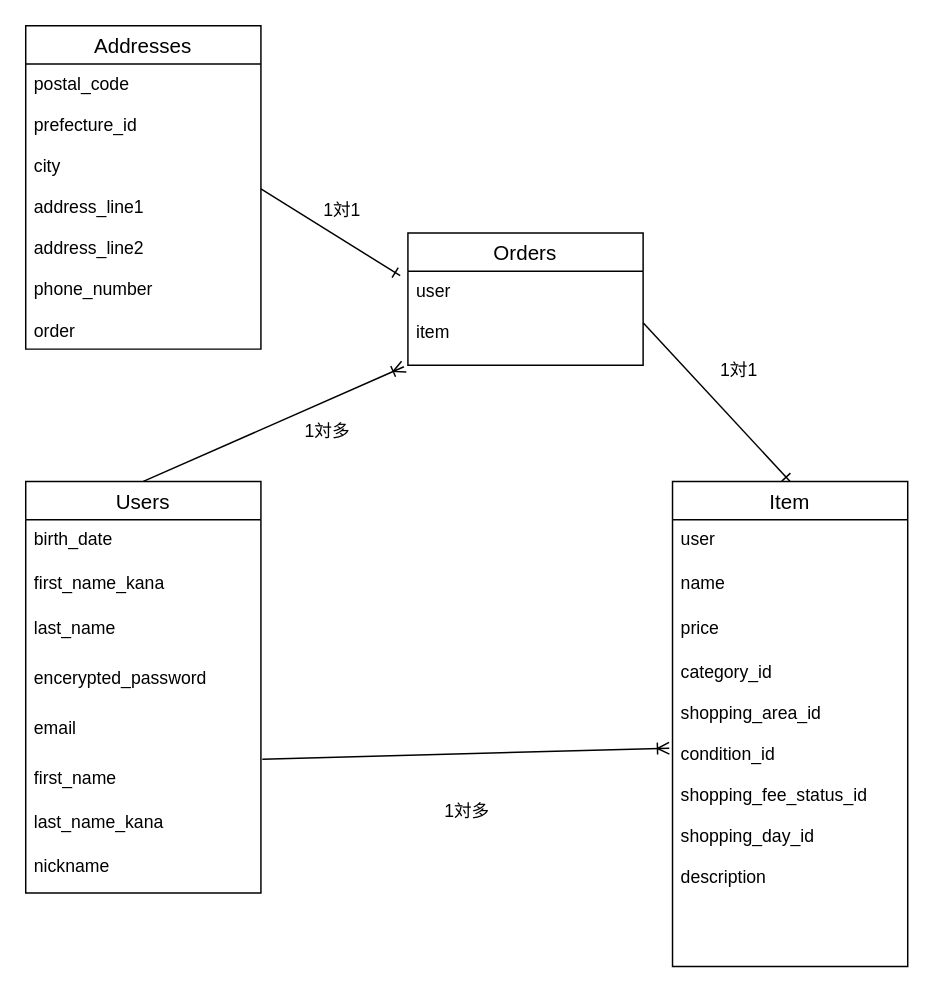
kphayato/furima-41459 keeps this draw.io diagram as test.dio. Above is the earlier version. Source tidied: cells renumbered, new cells numbered last; positions are measured from the earlier drawing's top-left corner, leaving out a move shared by most shapes. Both pictures are drawn from the tidied source at 147%, with x=0, y=0 at pixel (25, 25).
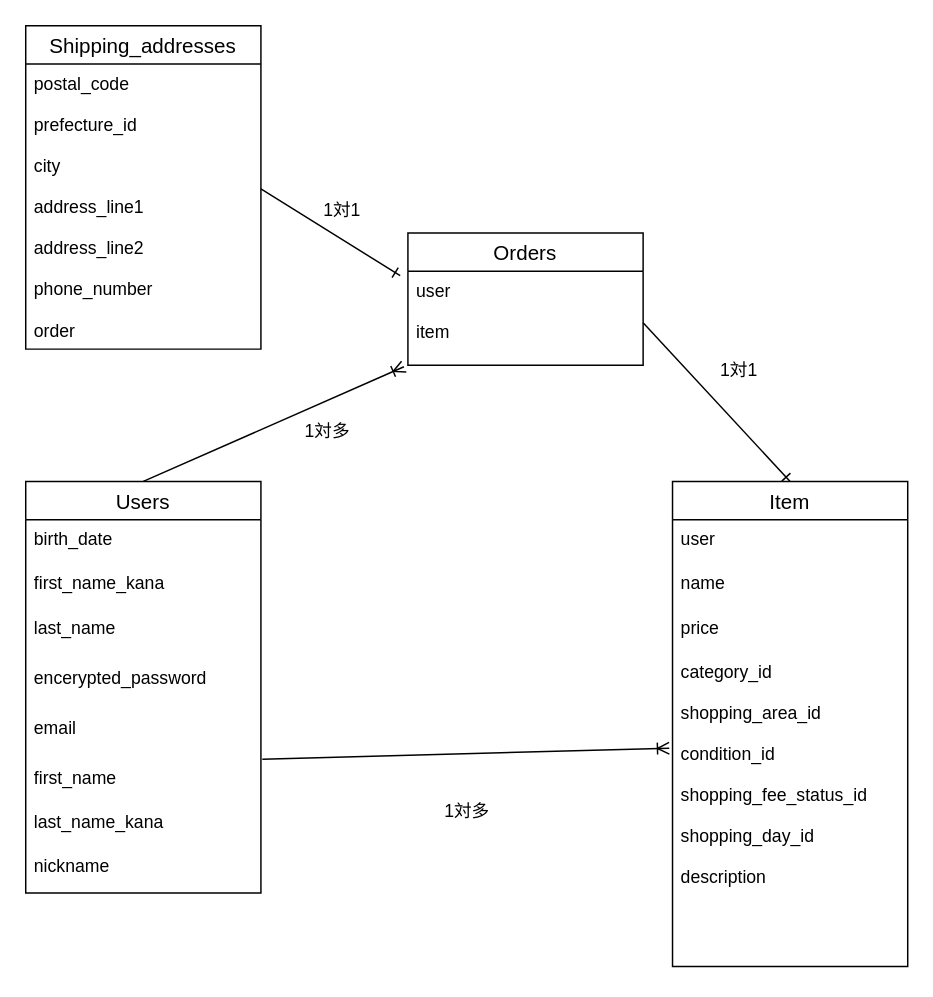
After the change.

Change to the diagram source:
```diff
@@
-    <mxCell id="23" value="Addresses" style="swimlane;fontStyle=0;horizontal=1;startSize=26;align=center;fontSize=14;" parent="1" vertex="1">
+    <mxCell id="23" value="Shipping_addresses" style="swimlane;fontStyle=0;horizontal=1;startSize=26;align=center;fontSize=14;" parent="1" vertex="1">
       <mxGeometry width="160" height="220" as="geometry" />
     </mxCell>
```
